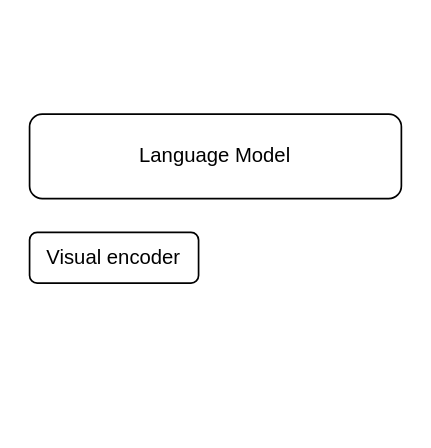
This is assets/multimodal-retriever.drawio from ShizhongP/dl-notes, a draw.io file, before an edit. Source tidied: cells renumbered, new cells numbered last; positions are measured from the earlier drawing's top-left corner, leaving out a move shared by most shapes. Both pictures are drawn from the tidied source at 169%, with x=0, y=0 at pixel (29, 113).
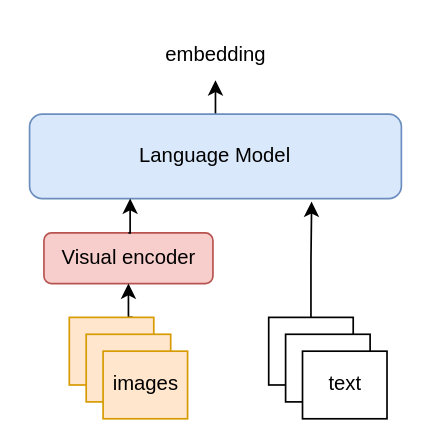
Above is the later version.

What changed in the source:
```diff
@@
 <mxGraphModel>
   <root>
     <mxCell id="0" />
     <mxCell id="1" parent="0" />
+    <mxCell id="4" style="edgeStyle=orthogonalEdgeStyle;rounded=0;jettySize=auto;html=1;exitX=0.5;exitY=0;exitDx=0;exitDy=0;entryX=0.5;entryY=1;entryDx=0;entryDy=0;" parent="1" edge="1" source="2" target="14">
+      <mxGeometry relative="1" as="geometry" />
+    </mxCell>
-    <mxCell id="2" value="Language Model" style="rounded=1;whiteSpace=wrap;html=1;" parent="1" vertex="1">
+    <mxCell id="2" value="Language Model" style="rounded=1;whiteSpace=wrap;html=1;fillColor=#dae8fc;strokeColor=#6c8ebf;" parent="1" vertex="1">
       <mxGeometry width="220" height="50" as="geometry" />
     </mxCell>
-    <mxCell id="3" value="Visual encoder" style="rounded=1;whiteSpace=wrap;html=1;" parent="1" vertex="1">
-      <mxGeometry y="70" width="100" height="30" as="geometry" />
+    <mxCell id="3" value="Visual encoder" style="rounded=1;whiteSpace=wrap;html=1;fillColor=#f8cecc;strokeColor=#b85450;" parent="1" vertex="1">
+      <mxGeometry x="8.5" y="70.3" width="100" height="30" as="geometry" />
     </mxCell>
+    <mxCell id="5" style="edgeStyle=orthogonalEdgeStyle;rounded=0;jettySize=auto;html=1;exitX=0.75;exitY=0;exitDx=0;exitDy=0;entryX=0.5;entryY=1;entryDx=0;entryDy=0;" parent="1" edge="1" source="6" target="3">
+      <mxGeometry relative="1" as="geometry" />
+    </mxCell>
+    <mxCell id="6" style="rounded=0;whiteSpace=wrap;html=1;fillColor=#ffe6cc;strokeColor=#d79b00;" parent="1" vertex="1">
+      <mxGeometry x="23.5" y="120.3" width="50" height="40" as="geometry" />
+    </mxCell>
+    <mxCell id="7" style="rounded=0;whiteSpace=wrap;html=1;fillColor=#ffe6cc;strokeColor=#d79b00;" parent="1" vertex="1">
+      <mxGeometry x="33.5" y="130.3" width="50" height="40" as="geometry" />
+    </mxCell>
+    <mxCell id="8" value="images" style="rounded=0;whiteSpace=wrap;html=1;fillColor=#ffe6cc;strokeColor=#d79b00;" parent="1" vertex="1">
+      <mxGeometry x="43.5" y="140.3" width="50" height="40" as="geometry" />
+    </mxCell>
+    <mxCell id="9" style="rounded=0;whiteSpace=wrap;html=1;" parent="1" vertex="1">
+      <mxGeometry x="141.5" y="120.3" width="50" height="40" as="geometry" />
+    </mxCell>
+    <mxCell id="10" style="rounded=0;whiteSpace=wrap;html=1;" parent="1" vertex="1">
+      <mxGeometry x="151.5" y="130.3" width="50" height="40" as="geometry" />
+    </mxCell>
+    <mxCell id="11" value="text" style="rounded=0;whiteSpace=wrap;html=1;" parent="1" vertex="1">
+      <mxGeometry x="161.5" y="140.3" width="50" height="40" as="geometry" />
+    </mxCell>
+    <mxCell id="12" style="edgeStyle=orthogonalEdgeStyle;rounded=0;jettySize=auto;html=1;exitX=0.5;exitY=0;exitDx=0;exitDy=0;entryX=0.232;entryY=0.994;entryDx=0;entryDy=0;entryPerimeter=0;" parent="1" edge="1" source="3">
+      <mxGeometry relative="1" as="geometry">
+        <mxPoint x="59.5" y="50" as="targetPoint" />
+      </mxGeometry>
+    </mxCell>
+    <mxCell id="13" style="edgeStyle=orthogonalEdgeStyle;rounded=0;jettySize=auto;html=1;exitX=0.5;exitY=0;exitDx=0;exitDy=0;entryX=0.72;entryY=1.03;entryDx=0;entryDy=0;entryPerimeter=0;" parent="1" edge="1" source="9">
+      <mxGeometry relative="1" as="geometry">
+        <mxPoint x="166.9" y="51.8" as="targetPoint" />
+      </mxGeometry>
+    </mxCell>
+    <mxCell id="14" value="embedding" style="text;html=1;align=center;verticalAlign=middle;whiteSpace=wrap;rounded=0;" parent="1" vertex="1">
+      <mxGeometry x="56.5" y="-50" width="107" height="30" as="geometry" />
+    </mxCell>
   </root>
 </mxGraphModel>
```
